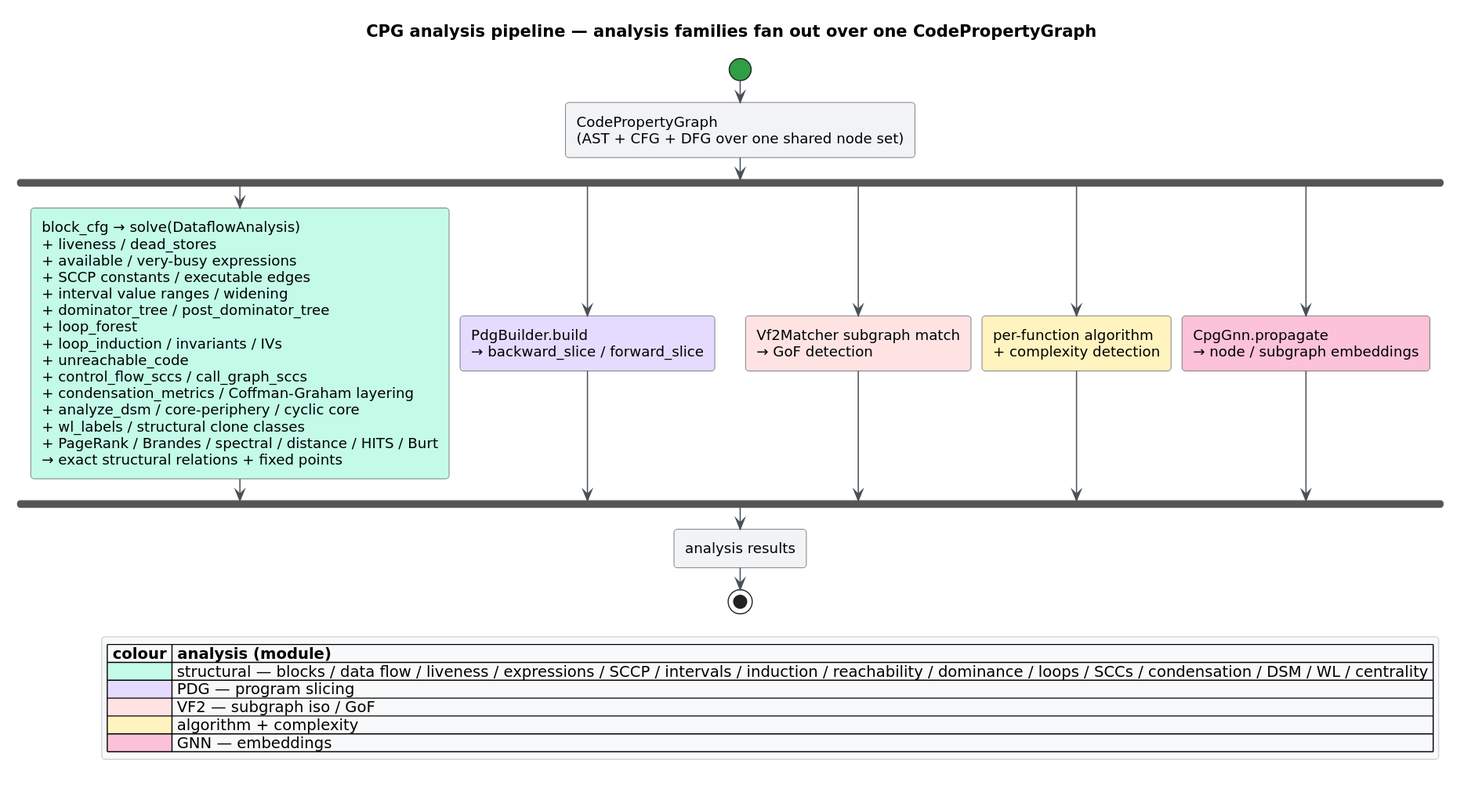
Earlier version of the PlantUML export docs/diagrams/analysis-pipeline.svg (vinary-tree/libcpg). Its source is kept beside it as docs/diagrams/analysis-pipeline.puml.
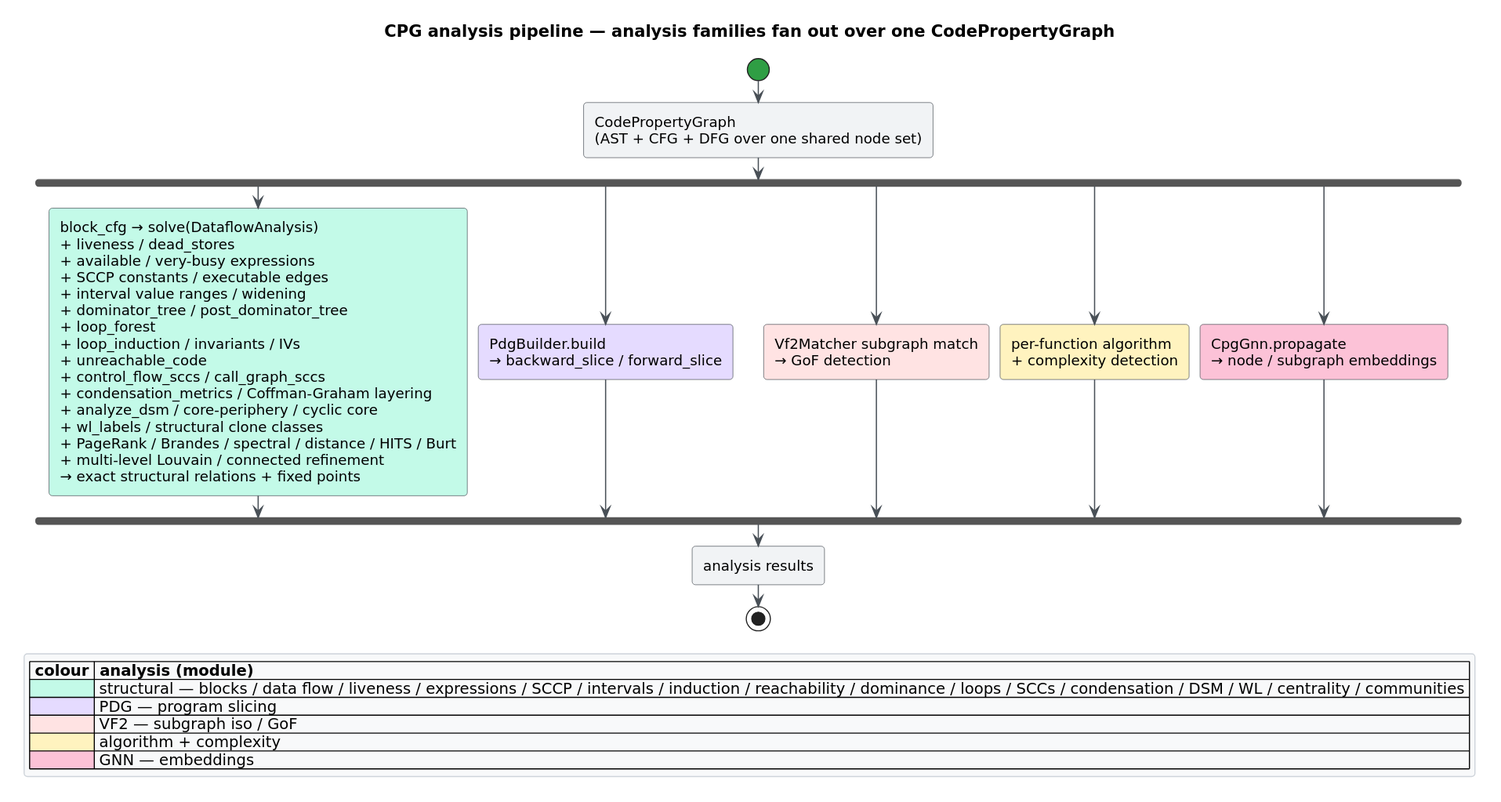
The same file after the commit.

Diff of the diagram source:
```diff
@@ -19,6 +19,7 @@
   + analyze_dsm / core-periphery / cyclic core
   + wl_labels / structural clone classes
   + PageRank / Brandes / spectral / distance / HITS / Burt
+  + multi-level Louvain / connected refinement
   → exact structural relations + fixed points;<<#C3FAE8>>
 fork again
   :PdgBuilder.build
@@ -37,7 +38,7 @@
 stop
 legend right
   |= colour |= analysis (module) |
-  |<#C3FAE8>| structural — blocks / data flow / liveness / expressions / SCCP / intervals / induction / reachability / dominance / loops / SCCs / condensation / DSM / WL / centrality |
+  |<#C3FAE8>| structural — blocks / data flow / liveness / expressions / SCCP / intervals / induction / reachability / dominance / loops / SCCs / condensation / DSM / WL / centrality / communities |
   |<#E5DBFF>| PDG — program slicing |
   |<#FFE3E3>| VF2 — subgraph iso / GoF |
   |<#FFF3BF>| algorithm + complexity |
```
